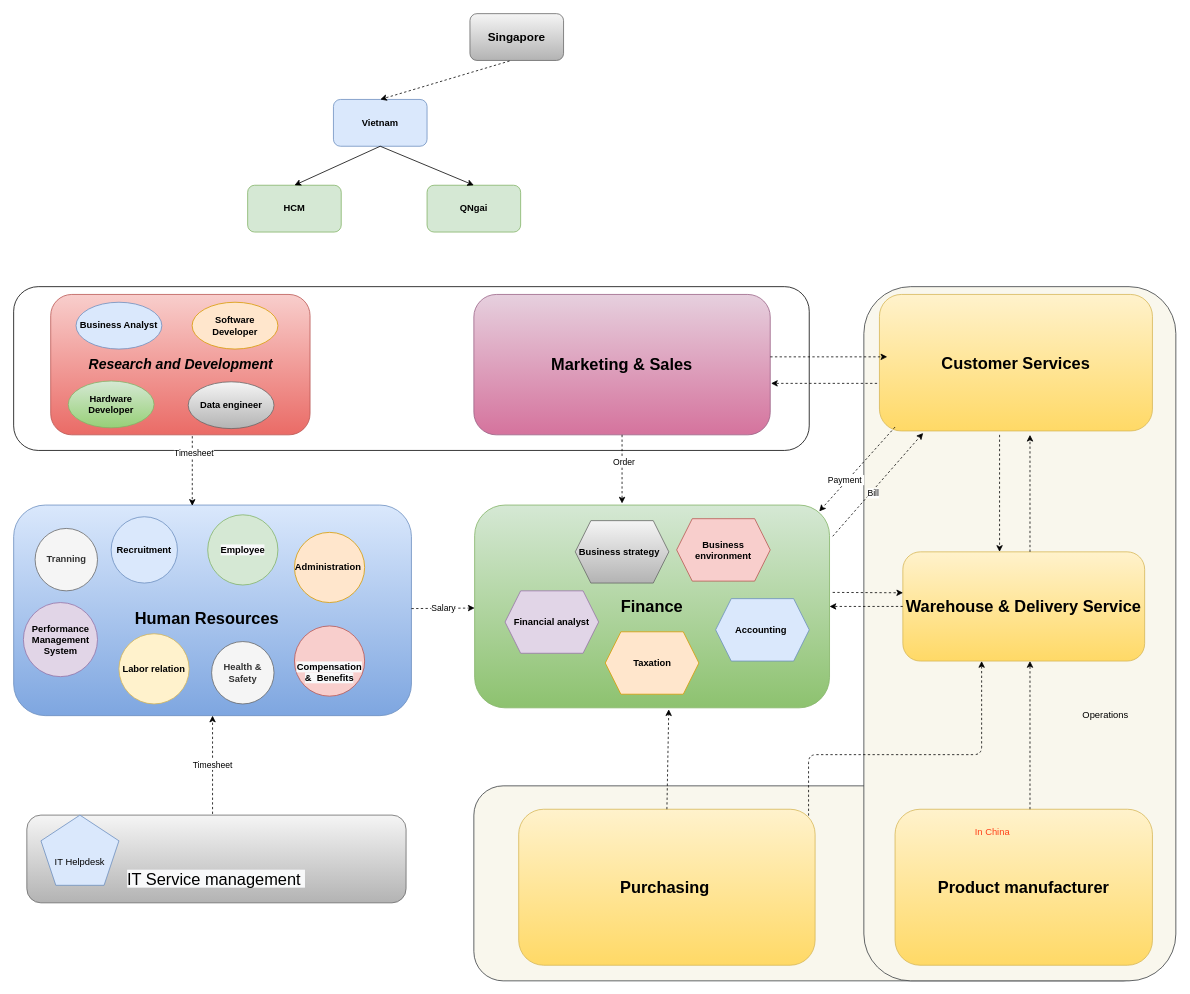
The draw.io diagram page "Org_Chart" (1 of 10) of 04_docs/Department_Organizational_chart.drawio in letrthong/business, before the edit. Source tidied: cells renumbered, new cells numbered last; positions are measured from the earlier drawing's top-left corner, leaving out a move shared by most shapes. Both pictures are drawn from the tidied source at 78%, with x=0, y=0 at pixel (13, 13).
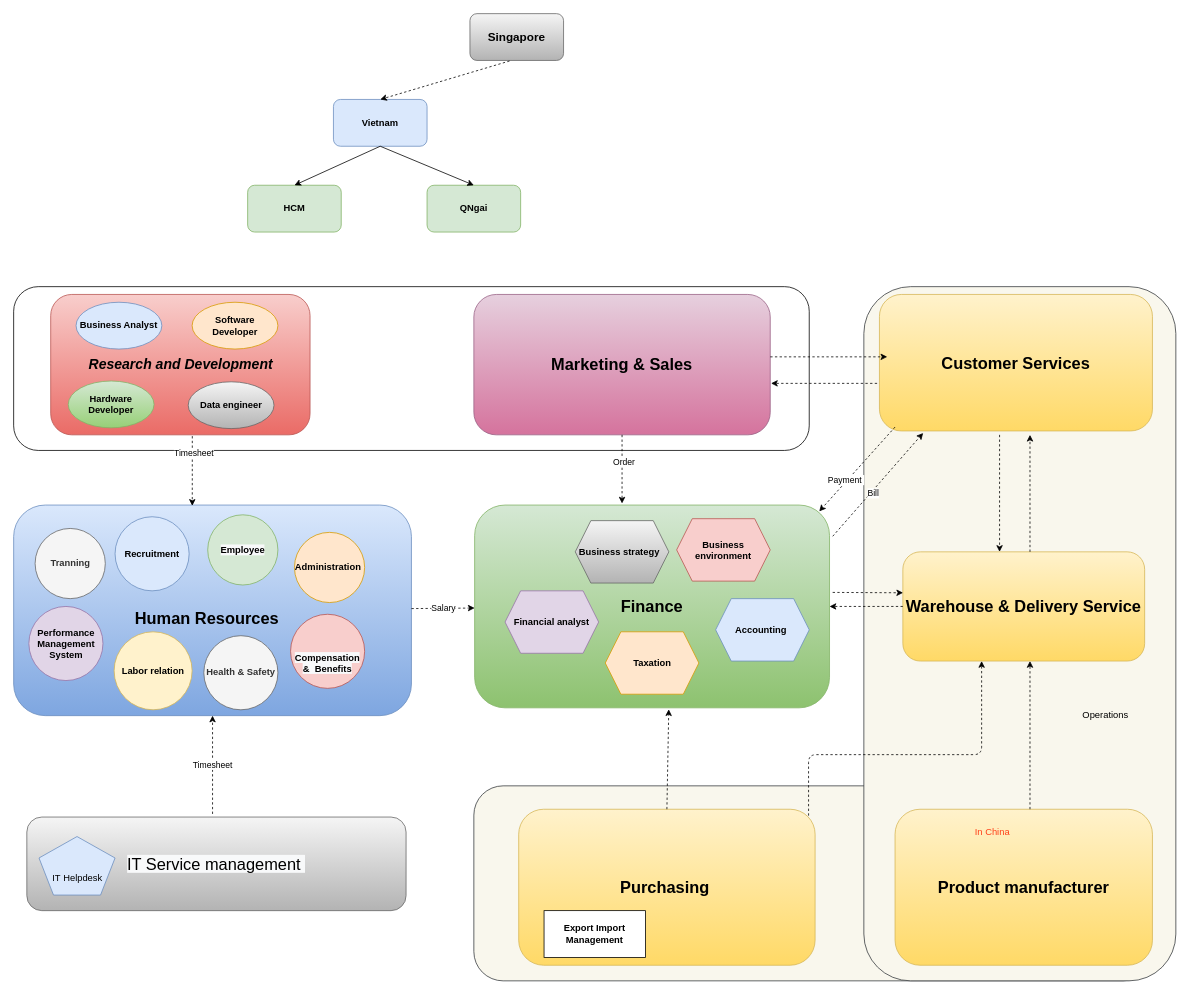
After the change.

What changed in the source:
```diff
@@
-    <mxCell id="9" value="&lt;font style=&quot;font-size: 21px&quot;&gt;&lt;br&gt;&lt;br&gt;&lt;span style=&quot;color: rgb(0 , 0 , 0) ; font-family: &amp;#34;helvetica&amp;#34; ; font-style: normal ; font-weight: 400 ; letter-spacing: normal ; text-align: center ; text-indent: 0px ; text-transform: none ; word-spacing: 0px ; background-color: rgb(248 , 249 , 250) ; display: inline ; float: none&quot;&gt;IT Service management&amp;nbsp;&lt;/span&gt;&lt;br&gt;&lt;/font&gt;" style="rounded=1;whiteSpace=wrap;html=1;gradientColor=#b3b3b3;fillColor=#f5f5f5;strokeColor=#666666;arcSize=16;" parent="1" vertex="1">
-      <mxGeometry x="16.9" y="1027.5" width="486.2" height="112.5" as="geometry" />
+    <mxCell id="9" value="&lt;font style=&quot;font-size: 21px&quot;&gt;&lt;span style=&quot;color: rgb(0 , 0 , 0) ; font-family: &amp;#34;helvetica&amp;#34; ; font-style: normal ; font-weight: 400 ; letter-spacing: normal ; text-align: center ; text-indent: 0px ; text-transform: none ; word-spacing: 0px ; background-color: rgb(248 , 249 , 250) ; display: inline ; float: none&quot;&gt;IT Service management&amp;nbsp;&lt;/span&gt;&lt;br&gt;&lt;/font&gt;" style="rounded=1;whiteSpace=wrap;html=1;gradientColor=#b3b3b3;fillColor=#f5f5f5;strokeColor=#666666;arcSize=16;" parent="1" vertex="1">
+      <mxGeometry x="16.9" y="1030" width="486.2" height="120" as="geometry" />
     </mxCell>
@@
     <mxCell id="19" value="&lt;span&gt;&lt;b&gt;Tranning&lt;/b&gt;&lt;/span&gt;" style="ellipse;whiteSpace=wrap;html=1;fillColor=#f5f5f5;strokeColor=#666666;fontColor=#333333;" parent="1" vertex="1">
-      <mxGeometry x="27.5" y="660" width="80" height="80" as="geometry" />
+      <mxGeometry x="27.5" y="660" width="90" height="90" as="geometry" />
     </mxCell>
     <mxCell id="20" value="&lt;span&gt;&lt;b&gt;Recruitment&lt;/b&gt;&lt;/span&gt;" style="ellipse;whiteSpace=wrap;html=1;fillColor=#dae8fc;strokeColor=#6c8ebf;" parent="1" vertex="1">
-      <mxGeometry x="125" y="645" width="85" height="85" as="geometry" />
+      <mxGeometry x="130" y="645" width="95" height="95" as="geometry" />
     </mxCell>
@@
     <mxCell id="22" value="&lt;b&gt;Health &amp;amp; Safety&lt;/b&gt;" style="ellipse;whiteSpace=wrap;html=1;fillColor=#f5f5f5;strokeColor=#666666;fontColor=#333333;" parent="1" vertex="1">
-      <mxGeometry x="253.8" y="805" width="80" height="80" as="geometry" />
+      <mxGeometry x="243.8" y="797.5" width="95" height="95" as="geometry" />
     </mxCell>
     <mxCell id="23" value="&lt;b&gt;Performance Management System&lt;/b&gt;" style="ellipse;whiteSpace=wrap;html=1;fillColor=#e1d5e7;strokeColor=#9673a6;" parent="1" vertex="1">
-      <mxGeometry x="12.5" y="755" width="95" height="95" as="geometry" />
+      <mxGeometry x="19.5" y="760" width="95" height="95" as="geometry" />
     </mxCell>
     <mxCell id="24" value="&lt;b&gt;Labor relation&lt;/b&gt;" style="ellipse;whiteSpace=wrap;html=1;fillColor=#fff2cc;strokeColor=#d6b656;" parent="1" vertex="1">
-      <mxGeometry x="135" y="795" width="90" height="90" as="geometry" />
+      <mxGeometry x="128.8" y="792.5" width="100" height="100" as="geometry" />
     </mxCell>
@@
     <mxCell id="26" value="&lt;b&gt;&lt;br&gt;&lt;br&gt;&lt;span style=&quot;color: rgb(0 , 0 , 0) ; font-family: &amp;#34;helvetica&amp;#34; ; font-size: 12px ; font-style: normal ; letter-spacing: normal ; text-align: center ; text-indent: 0px ; text-transform: none ; word-spacing: 0px ; background-color: rgb(248 , 249 , 250) ; display: inline ; float: none&quot;&gt;Compensation &amp;amp;&amp;nbsp; Benefits&lt;/span&gt;&lt;/b&gt;" style="ellipse;whiteSpace=wrap;html=1;fillColor=#f8cecc;strokeColor=#b85450;" parent="1" vertex="1">
-      <mxGeometry x="360" y="785" width="90" height="90" as="geometry" />
+      <mxGeometry x="355" y="770" width="95" height="95" as="geometry" />
     </mxCell>
@@
     <mxCell id="58" value="&lt;br&gt;&lt;br&gt;&lt;span style=&quot;font-family: &amp;#34;helvetica&amp;#34;&quot;&gt;IT&amp;nbsp;&lt;/span&gt;&lt;span style=&quot;font-family: &amp;#34;helvetica&amp;#34;&quot;&gt;Helpdesk&lt;/span&gt;" style="whiteSpace=wrap;html=1;shape=mxgraph.basic.pentagon;fillColor=#dae8fc;strokeColor=#6c8ebf;" parent="1" vertex="1">
-      <mxGeometry x="35" y="1027.5" width="100" height="90" as="geometry" />
+      <mxGeometry x="32.5" y="1055" width="97.5" height="75" as="geometry" />
     </mxCell>
@@
+    <mxCell id="61" value="&lt;b&gt;&lt;font style=&quot;font-size: 12px&quot;&gt;Export Import Management&lt;/font&gt;&lt;/b&gt;" style="rounded=0;whiteSpace=wrap;html=1;" parent="1" vertex="1">
+      <mxGeometry x="680" y="1150" width="130" height="60" as="geometry" />
+    </mxCell>
```
